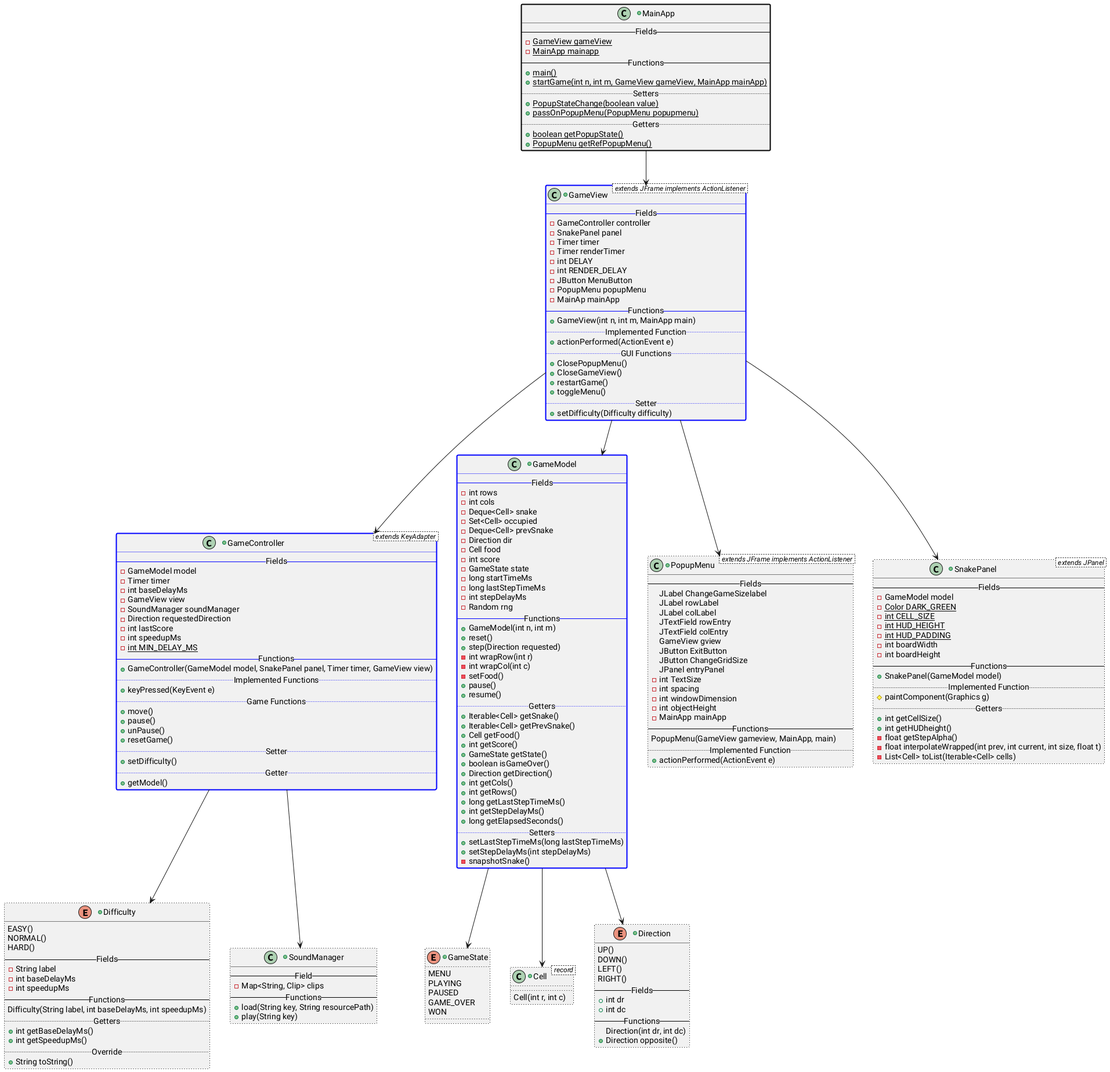
Before: src/main/ClassDiagram/ClassDiagram.png, a diagram exported from PlantUML (CamerJunker/Snake).
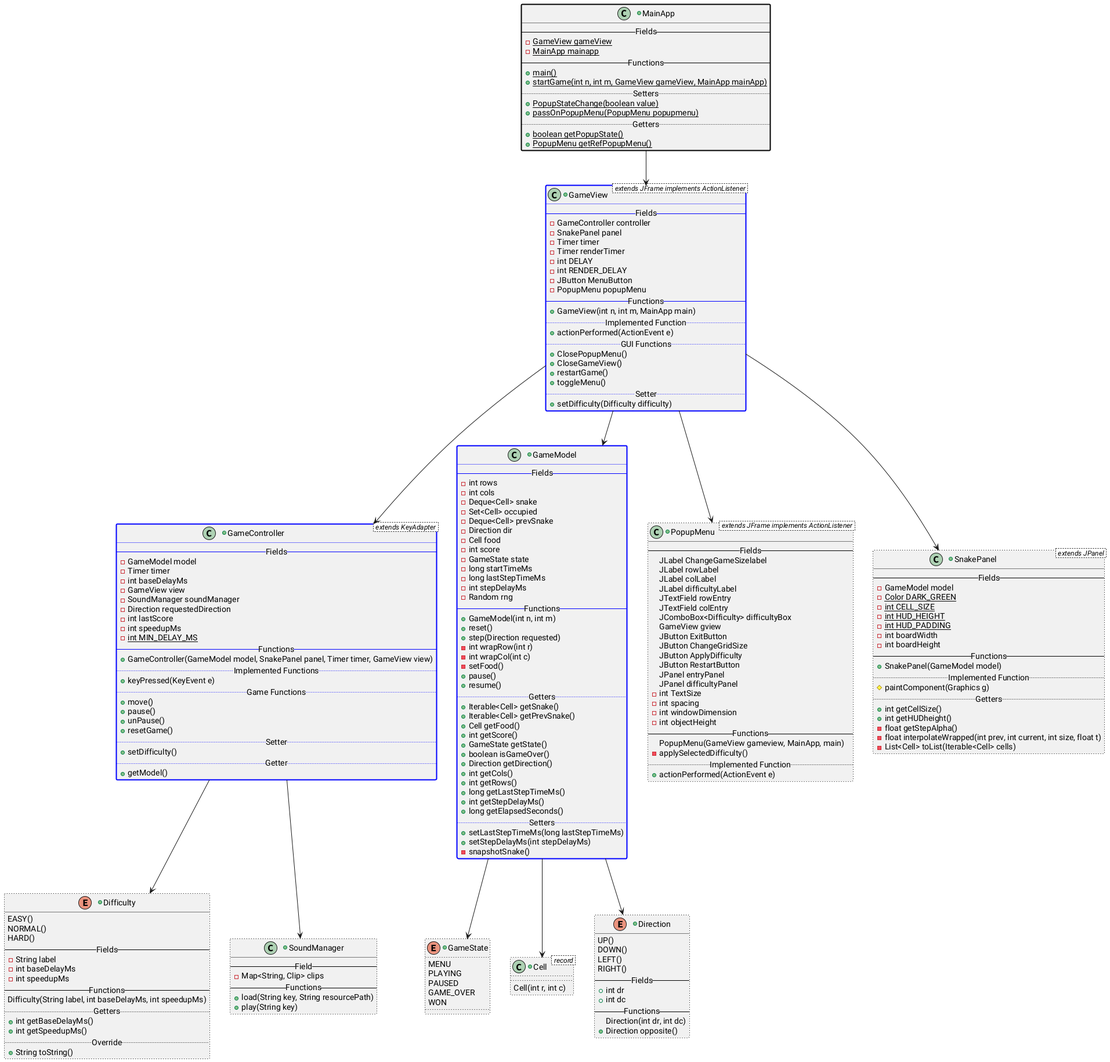
After the change.

Change to the diagram source:
```diff
@@ -35,7 +35,6 @@
     -int RENDER_DELAY
     -JButton MenuButton
     -PopupMenu popupMenu
-    -MainAp mainApp
     -- Functions --
     +GameView(int n, int m, MainApp main)
     ..Implemented Function..
@@ -80,19 +79,24 @@
     JLabel ChangeGameSizelabel
     JLabel rowLabel
     JLabel colLabel
+    JLabel difficultyLabel
     JTextField rowEntry
     JTextField colEntry
+    JComboBox<Difficulty> difficultyBox
     GameView gview
     JButton ExitButton
     JButton ChangeGridSize
+    JButton ApplyDifficulty
+    JButton RestartButton
     JPanel entryPanel
+    JPanel difficultyPanel
     -int TextSize
     -int spacing
     -int windowDimension
     -int objectHeight
-    -MainApp mainApp
     -- Functions --
     PopupMenu(GameView gameview, MainApp, main)
+    -applySelectedDifficulty()
     .. Implemented Function ..
     +actionPerformed(ActionEvent e)
 }
```
